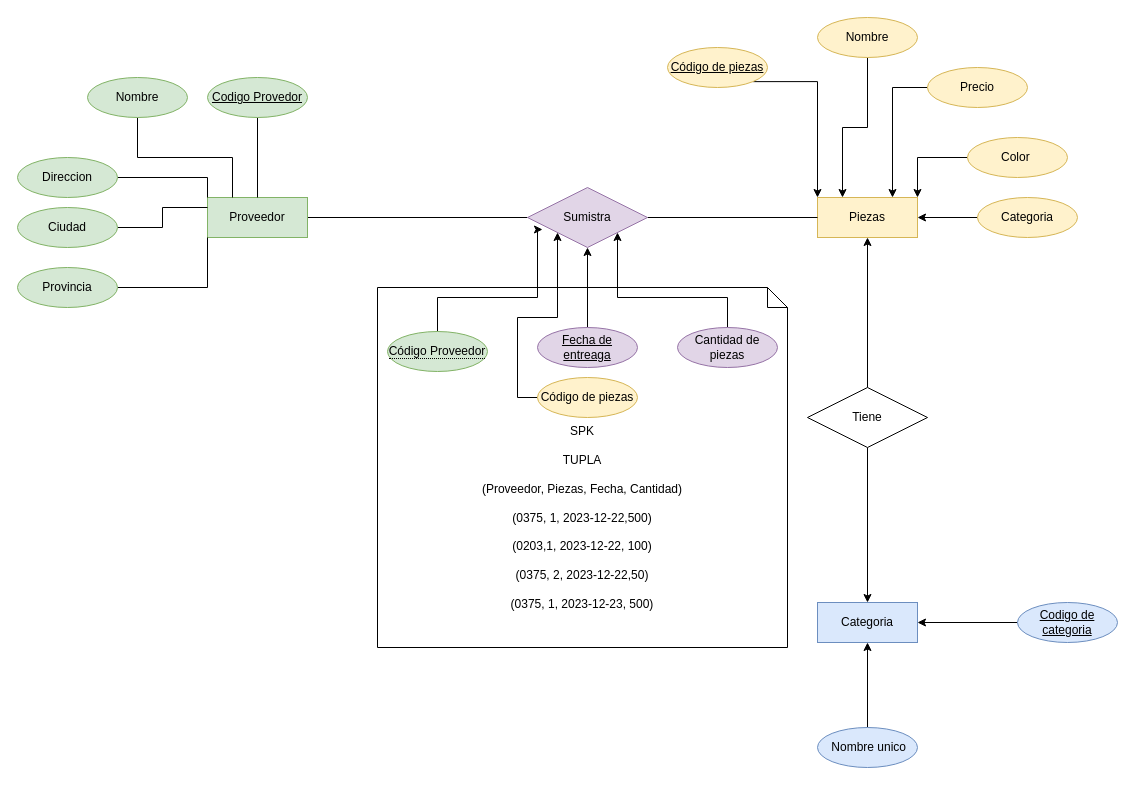
IsaiEDC/ACTs-moodels keeps this draw.io diagram as Proyectofinal.drawio. Above is the earlier version. Source tidied: cells renumbered, new cells numbered last; positions are measured from the earlier drawing's top-left corner, leaving out a move shared by most shapes. Both pictures are drawn from the tidied source at 100%, with x=0, y=0 at pixel (17, 17).
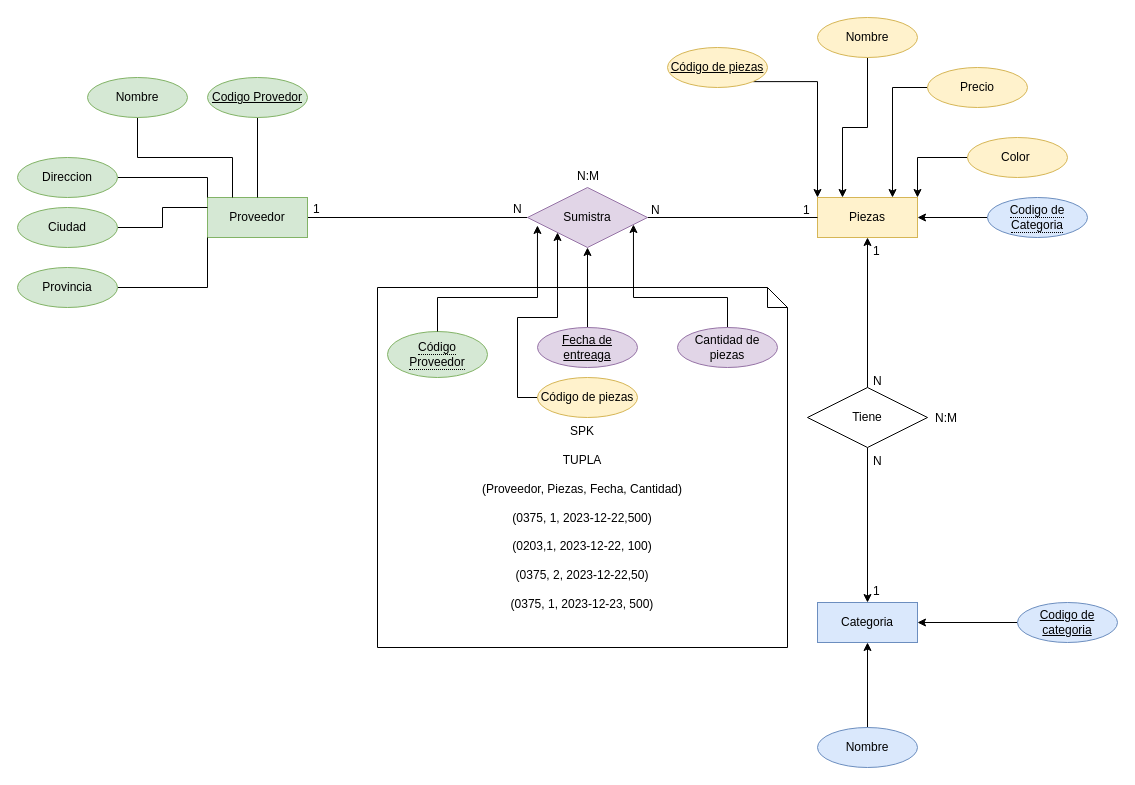
After the change.

Unchanged cells that the change refers to:
```xml
<mxCell id="15" value="Piezas" style="whiteSpace=wrap;html=1;align=center;fillColor=#fff2cc;strokeColor=#d6b656;" parent="1" vertex="1">
  <mxGeometry x="800" y="180" width="100" height="40" as="geometry" />
</mxCell>
<mxCell id="17" value="Sumistra" style="shape=rhombus;perimeter=rhombusPerimeter;whiteSpace=wrap;html=1;align=center;fillColor=#e1d5e7;strokeColor=#9673a6;" parent="1" vertex="1">
  <mxGeometry x="510" y="170" width="120" height="60" as="geometry" />
</mxCell>
<mxCell id="39" value="Cantidad de piezas" style="ellipse;whiteSpace=wrap;html=1;align=center;fillColor=#e1d5e7;strokeColor=#9673a6;" parent="1" vertex="1">
  <mxGeometry x="660" y="310" width="100" height="40" as="geometry" />
</mxCell>
```

Change to the diagram source:
```diff
@@
-    <mxCell id="28" style="edgeStyle=orthogonalEdgeStyle;rounded=0;jettySize=auto;html=1;entryX=1;entryY=0.5;entryDx=0;entryDy=0;" parent="1" edge="1" source="29" target="15">
-      <mxGeometry relative="1" as="geometry" />
-    </mxCell>
-    <mxCell id="29" value="Categoria" style="ellipse;whiteSpace=wrap;html=1;align=center;fillColor=#fff2cc;strokeColor=#d6b656;" parent="1" vertex="1">
-      <mxGeometry x="960" y="180" width="100" height="40" as="geometry" />
-    </mxCell>
-    <mxCell id="30" style="edgeStyle=orthogonalEdgeStyle;rounded=0;jettySize=auto;html=1;exitX=0.5;exitY=0;exitDx=0;exitDy=0;entryX=0.125;entryY=0.7;entryDx=0;entryDy=0;entryPerimeter=0;" parent="1" edge="1" source="31" target="17">
-      <mxGeometry relative="1" as="geometry">
-        <Array as="points">
-          <mxPoint x="420" y="280" />
-          <mxPoint x="520" y="280" />
-          <mxPoint x="520" y="212" />
-        </Array>
-      </mxGeometry>
-    </mxCell>
-    <mxCell id="31" value="&lt;span style=&quot;border-bottom: 1px dotted&quot;&gt;Código Proveedor&lt;/span&gt;" style="ellipse;whiteSpace=wrap;html=1;align=center;fillColor=#d5e8d4;strokeColor=#82b366;" parent="1" vertex="1">
-      <mxGeometry x="370" y="314" width="100" height="40" as="geometry" />
+    <mxCell id="31" value="&lt;span style=&quot;border-bottom: 1px dotted&quot;&gt;Código &lt;br&gt;Proveedor&lt;/span&gt;" style="ellipse;whiteSpace=wrap;html=1;align=center;fillColor=#d5e8d4;strokeColor=#82b366;" parent="1" vertex="1">
+      <mxGeometry x="370" y="314" width="100" height="46" as="geometry" />
     </mxCell>
@@
-    <mxCell id="38" style="edgeStyle=orthogonalEdgeStyle;rounded=0;jettySize=auto;html=1;entryX=1;entryY=1;entryDx=0;entryDy=0;" parent="1" edge="1" source="39" target="17">
+    <mxCell id="38" style="edgeStyle=orthogonalEdgeStyle;rounded=0;jettySize=auto;html=1;entryX=0.883;entryY=0.617;entryDx=0;entryDy=0;entryPerimeter=0;" parent="1" edge="1" source="39" target="17">
       <mxGeometry relative="1" as="geometry">
         <Array as="points">
           <mxPoint x="710" y="280" />
-          <mxPoint x="600" y="280" />
+          <mxPoint x="616" y="280" />
         </Array>
       </mxGeometry>
     </mxCell>
@@
-    <mxCell id="41" value="&amp;nbsp;Nombre unico" style="ellipse;whiteSpace=wrap;html=1;align=center;fillColor=#dae8fc;strokeColor=#6c8ebf;" parent="1" vertex="1">
+    <mxCell id="41" value="&amp;nbsp;Nombre&amp;nbsp;" style="ellipse;whiteSpace=wrap;html=1;align=center;fillColor=#dae8fc;strokeColor=#6c8ebf;" parent="1" vertex="1">
       <mxGeometry x="800" y="710" width="100" height="40" as="geometry" />
     </mxCell>
@@
+    <mxCell id="44" value="1" style="text;strokeColor=none;fillColor=none;spacingLeft=4;spacingRight=4;overflow=hidden;fontSize=12;whiteSpace=wrap;html=1;" parent="1" vertex="1">
+      <mxGeometry x="850" y="560" width="40" height="30" as="geometry" />
+    </mxCell>
+    <mxCell id="45" value="N" style="text;strokeColor=none;fillColor=none;spacingLeft=4;spacingRight=4;overflow=hidden;fontSize=12;whiteSpace=wrap;html=1;" parent="1" vertex="1">
+      <mxGeometry x="850" y="430" width="40" height="30" as="geometry" />
+    </mxCell>
+    <mxCell id="46" value="N" style="text;strokeColor=none;fillColor=none;spacingLeft=4;spacingRight=4;overflow=hidden;fontSize=12;whiteSpace=wrap;html=1;" parent="1" vertex="1">
+      <mxGeometry x="850" y="350" width="40" height="30" as="geometry" />
+    </mxCell>
+    <mxCell id="47" value="1" style="text;strokeColor=none;fillColor=none;spacingLeft=4;spacingRight=4;overflow=hidden;fontSize=12;whiteSpace=wrap;html=1;" parent="1" vertex="1">
+      <mxGeometry x="850" y="220" width="40" height="30" as="geometry" />
+    </mxCell>
+    <mxCell id="48" value="N:M" style="text;strokeColor=none;fillColor=none;spacingLeft=4;spacingRight=4;overflow=hidden;fontSize=12;whiteSpace=wrap;html=1;" parent="1" vertex="1">
+      <mxGeometry x="912" y="387" width="40" height="30" as="geometry" />
+    </mxCell>
+    <mxCell id="49" value="1" style="text;strokeColor=none;fillColor=none;spacingLeft=4;spacingRight=4;overflow=hidden;fontSize=12;whiteSpace=wrap;html=1;" parent="1" vertex="1">
+      <mxGeometry x="290" y="178" width="40" height="30" as="geometry" />
+    </mxCell>
+    <mxCell id="50" value="N" style="text;strokeColor=none;fillColor=none;spacingLeft=4;spacingRight=4;overflow=hidden;fontSize=12;whiteSpace=wrap;html=1;" parent="1" vertex="1">
+      <mxGeometry x="490" y="178" width="40" height="30" as="geometry" />
+    </mxCell>
+    <mxCell id="51" value="1" style="text;strokeColor=none;fillColor=none;spacingLeft=4;spacingRight=4;overflow=hidden;fontSize=12;whiteSpace=wrap;html=1;" parent="1" vertex="1">
+      <mxGeometry x="780" y="179" width="40" height="30" as="geometry" />
+    </mxCell>
+    <mxCell id="52" value="N" style="text;strokeColor=none;fillColor=none;spacingLeft=4;spacingRight=4;overflow=hidden;fontSize=12;whiteSpace=wrap;html=1;" parent="1" vertex="1">
+      <mxGeometry x="628" y="179" width="40" height="30" as="geometry" />
+    </mxCell>
+    <mxCell id="53" value="N:M" style="text;strokeColor=none;fillColor=none;spacingLeft=4;spacingRight=4;overflow=hidden;fontSize=12;whiteSpace=wrap;html=1;" parent="1" vertex="1">
+      <mxGeometry x="554" y="145" width="40" height="30" as="geometry" />
+    </mxCell>
+    <mxCell id="30" style="edgeStyle=orthogonalEdgeStyle;rounded=0;jettySize=auto;html=1;exitX=0.5;exitY=0;exitDx=0;exitDy=0;entryX=0.083;entryY=0.633;entryDx=0;entryDy=0;entryPerimeter=0;" parent="1" edge="1" source="31" target="17">
+      <mxGeometry relative="1" as="geometry">
+        <Array as="points">
+          <mxPoint x="420" y="280" />
+          <mxPoint x="520" y="280" />
+        </Array>
+      </mxGeometry>
+    </mxCell>
+    <mxCell id="54" style="edgeStyle=orthogonalEdgeStyle;rounded=0;jettySize=auto;html=1;entryX=1;entryY=0.5;entryDx=0;entryDy=0;" parent="1" edge="1" source="55" target="15">
+      <mxGeometry relative="1" as="geometry" />
+    </mxCell>
+    <mxCell id="55" value="&lt;span style=&quot;border-bottom: 1px dotted&quot;&gt;Codigo de Categoria&lt;/span&gt;" style="ellipse;whiteSpace=wrap;html=1;align=center;fillColor=#dae8fc;strokeColor=#6c8ebf;" parent="1" vertex="1">
+      <mxGeometry x="970" y="180" width="100" height="40" as="geometry" />
+    </mxCell>
```
